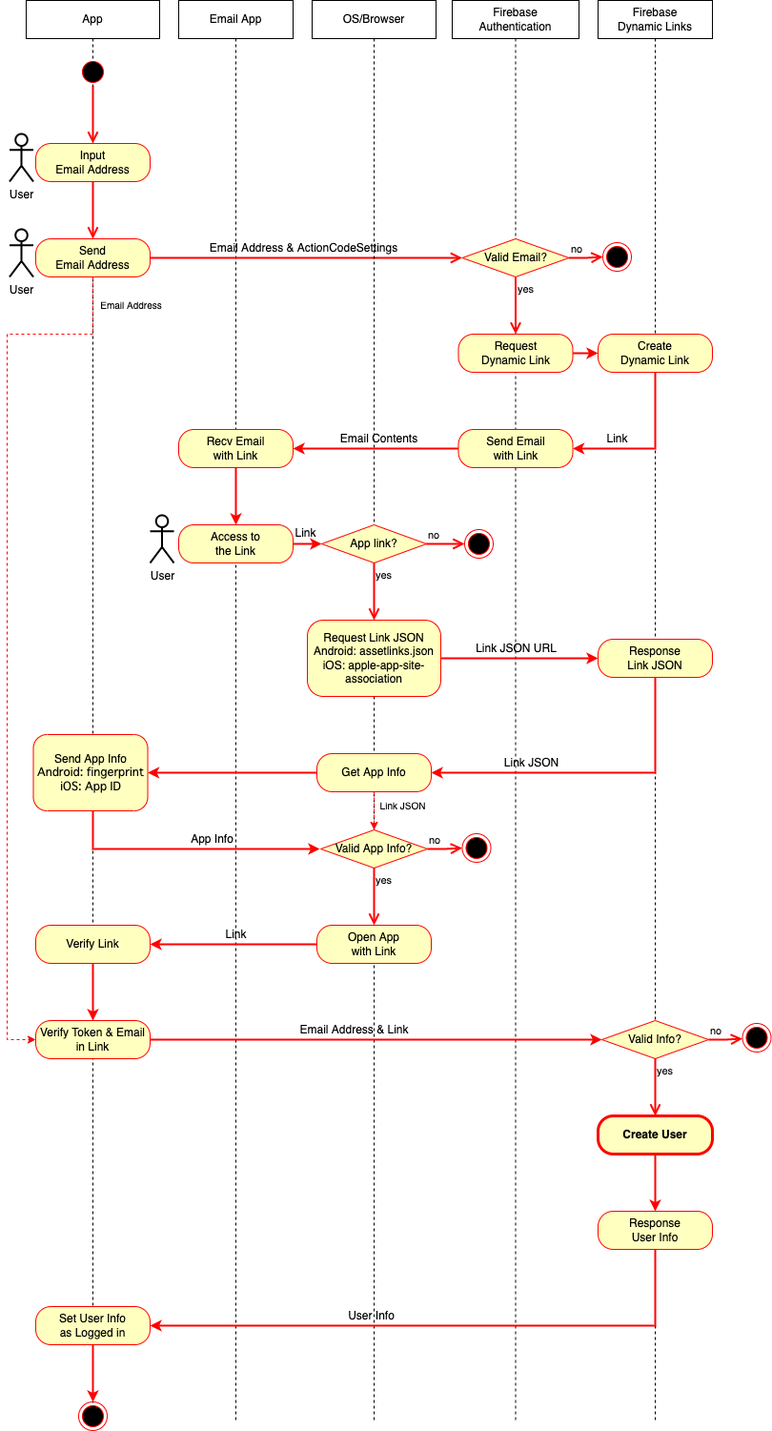
Before: maillink_entire_flow_image.png, a diagram exported from draw.io (sadahry/ff-maillink-login-example). Source tidied: cells renumbered, new cells last; positions are measured from the earlier drawing's top-left corner, leaving out a move shared by most shapes.
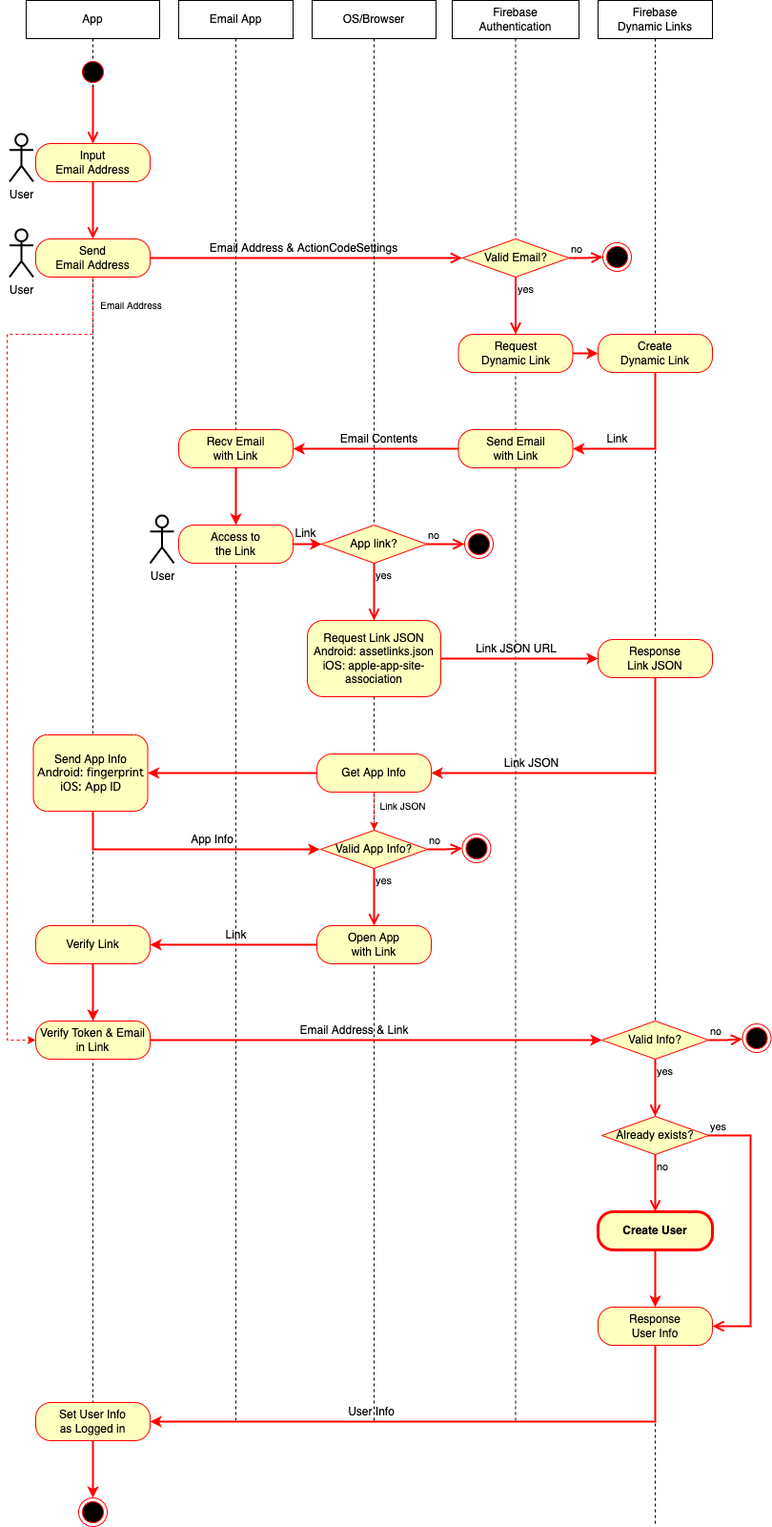
After the change.

Commit message:
update maillink_entire_flow_image

The edit, as a diff of the source:
```diff
@@ -102,7 +102,7 @@
       <mxGeometry x="48" y="790" width="70" height="20" as="geometry" />
     </mxCell>
     <mxCell id="31" value="Firebase&lt;br&gt;Dynamic Links" style="shape=umlLifeline;perimeter=lifelinePerimeter;whiteSpace=wrap;html=1;" parent="1" vertex="1">
-      <mxGeometry x="620" width="120" height="1490" as="geometry" />
+      <mxGeometry x="620" width="120" height="1600" as="geometry" />
     </mxCell>
     <mxCell id="32" value="Create&lt;br&gt;Dynamic Link" style="rounded=1;whiteSpace=wrap;html=1;arcSize=40;fontColor=#000000;fillColor=#ffffc0;strokeColor=#ff0000;" parent="31" vertex="1">
       <mxGeometry y="350" width="120" height="40" as="geometry" />
@@ -123,18 +123,47 @@
         <mxPoint x="60" y="1170" as="targetPoint" />
       </mxGeometry>
     </mxCell>
-    <mxCell id="37" style="edgeStyle=orthogonalEdgeStyle;rounded=0;jettySize=auto;html=1;exitX=0.5;exitY=1;exitDx=0;exitDy=0;entryX=0.5;entryY=0;entryDx=0;entryDy=0;strokeColor=#FF0000;strokeWidth=2;" parent="31" edge="1" source="38" target="39">
-      <mxGeometry relative="1" as="geometry" />
-    </mxCell>
-    <mxCell id="38" value="&lt;pre class=&quot;none&quot; translate=&quot;no&quot; dir=&quot;ltr&quot; style=&quot;box-sizing: inherit ; margin-top: 0px ; margin-bottom: 0px ; overflow-x: auto ; position: relative ; direction: ltr&quot;&gt;&lt;font face=&quot;helvetica&quot;&gt;&lt;span style=&quot;white-space: normal&quot;&gt;&lt;b&gt;Create User&lt;/b&gt;&lt;/span&gt;&lt;/font&gt;&lt;/pre&gt;" style="rounded=1;whiteSpace=wrap;html=1;arcSize=40;fontColor=#000000;fillColor=#ffffc0;strokeColor=#ff0000;align=center;strokeWidth=3;" parent="31" vertex="1">
-      <mxGeometry y="1170" width="120" height="40" as="geometry" />
-    </mxCell>
+    <mxCell id="40" value="Link" style="text;html=1;align=center;verticalAlign=middle;strokeColor=none;fillColor=none;" parent="31" vertex="1">
+      <mxGeometry y="450" width="40" height="20" as="geometry" />
+    </mxCell>
+    <mxCell id="77" style="ellipse;html=1;shape=endState;fillColor=#000000;strokeColor=#ff0000;align=center;" parent="31" vertex="1">
+      <mxGeometry x="-545" y="1570" width="30" height="30" as="geometry" />
+    </mxCell>
     <mxCell id="39" value="Response&lt;br&gt;User Info" style="rounded=1;whiteSpace=wrap;html=1;arcSize=40;fontColor=#000000;fillColor=#ffffc0;strokeColor=#ff0000;" parent="31" vertex="1">
-      <mxGeometry y="1270" width="120" height="40" as="geometry" />
+      <mxGeometry y="1370" width="120" height="40" as="geometry" />
     </mxCell>
-    <mxCell id="40" value="Link" style="text;html=1;align=center;verticalAlign=middle;strokeColor=none;fillColor=none;" parent="31" vertex="1">
-      <mxGeometry y="450" width="40" height="20" as="geometry" />
-    </mxCell>
+    <mxCell id="59" value="User Info" style="text;html=1;align=center;verticalAlign=middle;strokeColor=none;fillColor=none;" parent="31" vertex="1">
+      <mxGeometry x="-268" y="1470" width="60" height="20" as="geometry" />
+    </mxCell>
+    <mxCell id="78" style="edgeStyle=orthogonalEdgeStyle;rounded=0;jettySize=auto;html=1;strokeColor=#FF0000;strokeWidth=2;" parent="31" edge="1" source="72" target="77">
+      <mxGeometry relative="1" as="geometry" />
+    </mxCell>
+    <mxCell id="72" value="Set User Info&lt;br&gt;as Logged in" style="rounded=1;whiteSpace=wrap;html=1;arcSize=40;fontColor=#000000;fillColor=#ffffc0;strokeColor=#ff0000;" parent="31" vertex="1">
+      <mxGeometry x="-590" y="1470" width="120" height="40" as="geometry" />
+    </mxCell>
+    <mxCell id="73" style="edgeStyle=orthogonalEdgeStyle;rounded=0;jettySize=auto;html=1;entryX=1;entryY=0.5;entryDx=0;entryDy=0;strokeColor=#FF0000;strokeWidth=2;" parent="31" edge="1" source="39" target="72">
+      <mxGeometry relative="1" as="geometry">
+        <Array as="points">
+          <mxPoint x="60" y="1490" />
+        </Array>
+      </mxGeometry>
+    </mxCell>
+    <mxCell id="79" value="Already exists?" style="rhombus;whiteSpace=wrap;html=1;fillColor=#ffffc0;strokeColor=#ff0000;" parent="31" vertex="1">
+      <mxGeometry x="4" y="1170" width="112" height="40" as="geometry" />
+    </mxCell>
+    <mxCell id="80" value="yes" style="edgeStyle=orthogonalEdgeStyle;html=1;align=left;verticalAlign=bottom;endArrow=open;endSize=8;strokeColor=#ff0000;rounded=0;strokeWidth=2;entryX=1;entryY=0.5;entryDx=0;entryDy=0;" parent="31" edge="1" source="79" target="39">
+      <mxGeometry x="-1" relative="1" as="geometry">
+        <Array as="points">
+          <mxPoint x="160" y="1190" />
+          <mxPoint x="160" y="1390" />
+        </Array>
+      </mxGeometry>
+    </mxCell>
+    <mxCell id="81" value="no" style="edgeStyle=orthogonalEdgeStyle;html=1;align=left;verticalAlign=top;endArrow=open;endSize=8;strokeColor=#ff0000;rounded=0;strokeWidth=2;entryX=0.5;entryY=0;entryDx=0;entryDy=0;" parent="31" edge="1" source="79">
+      <mxGeometry x="-1" relative="1" as="geometry">
+        <mxPoint x="60" y="1270" as="targetPoint" />
+      </mxGeometry>
+    </mxCell>
     <mxCell id="41" style="edgeStyle=orthogonalEdgeStyle;html=1;verticalAlign=bottom;endArrow=open;endSize=8;strokeColor=#FF0000;rounded=0;strokeWidth=2;entryX=0;entryY=0.5;entryDx=0;entryDy=0;" parent="1" edge="1" source="8" target="26">
       <mxGeometry relative="1" as="geometry" />
     </mxCell>
@@ -195,9 +224,6 @@
     <mxCell id="58" value="&lt;span style=&quot;font-size: 0px ; font-family: monospace ; color: rgba(0 , 0 , 0 , 0)&quot;&gt;%3CmxGraphModel%3E%3Croot%3E%3CmxCell%20id%3D%220%22%2F%3E%3CmxCell%20id%3D%221%22%20parent%3D%220%22%2F%3E%3CmxCell%20id%3D%222%22%20value%3D%22Link%22%20style%3D%22text%3Bhtml%3D1%3Balign%3Dcenter%3BverticalAlign%3Dmiddle%3Bresizable%3D0%3Bpoints%3D%5B%5D%3Bautosize%3D1%3BstrokeColor%3Dnone%3BfillColor%3Dnone%3B%22%20vertex%3D%221%22%20parent%3D%221%22%3E%3CmxGeometry%20x%3D%22340%22%20y%3D%221040%22%20width%3D%2240%22%20height%3D%2220%22%20as%3D%22geometry%22%2F%3E%3C%2FmxCell%3E%3C%2Froot%3E%3C%2FmxGraphModel%aaa3Ea&lt;/span&gt;Email Address &amp;amp; Link" style="text;html=1;align=center;verticalAlign=middle;strokeColor=none;fillColor=none;" parent="47" vertex="1">
       <mxGeometry x="-21" y="1070" width="130" height="20" as="geometry" />
     </mxCell>
-    <mxCell id="59" value="User Info" style="text;html=1;align=center;verticalAlign=middle;strokeColor=none;fillColor=none;" parent="47" vertex="1">
-      <mxGeometry x="32" y="1370" width="60" height="20" as="geometry" />
-    </mxCell>
     <mxCell id="60" value="&lt;font style=&quot;font-size: 10px&quot;&gt;Link JSON&lt;/font&gt;" style="text;html=1;align=center;verticalAlign=middle;strokeColor=none;fillColor=none;" parent="47" vertex="1">
       <mxGeometry x="65" y="835" width="60" height="20" as="geometry" />
     </mxCell>
@@ -240,19 +266,6 @@
     <mxCell id="70" style="edgeStyle=orthogonalEdgeStyle;rounded=0;jettySize=auto;html=1;entryX=0;entryY=0.5;entryDx=0;entryDy=0;strokeColor=#FF0000;strokeWidth=2;" parent="1" edge="1" source="12" target="34">
       <mxGeometry relative="1" as="geometry" />
     </mxCell>
-    <mxCell id="71" style="edgeStyle=orthogonalEdgeStyle;rounded=0;jettySize=auto;html=1;strokeColor=#FF0000;strokeWidth=2;" parent="1" edge="1" source="72" target="13">
-      <mxGeometry relative="1" as="geometry" />
-    </mxCell>
-    <mxCell id="72" value="Set User Info&lt;br&gt;as Logged in" style="rounded=1;whiteSpace=wrap;html=1;arcSize=40;fontColor=#000000;fillColor=#ffffc0;strokeColor=#ff0000;" parent="1" vertex="1">
-      <mxGeometry x="30" y="1370" width="120" height="40" as="geometry" />
-    </mxCell>
-    <mxCell id="73" style="edgeStyle=orthogonalEdgeStyle;rounded=0;jettySize=auto;html=1;entryX=1;entryY=0.5;entryDx=0;entryDy=0;strokeColor=#FF0000;strokeWidth=2;" parent="1" edge="1" source="39" target="72">
-      <mxGeometry relative="1" as="geometry">
-        <Array as="points">
-          <mxPoint x="680" y="1390" />
-        </Array>
-      </mxGeometry>
-    </mxCell>
     <mxCell id="74" value="no" style="edgeStyle=orthogonalEdgeStyle;html=1;align=left;verticalAlign=bottom;endArrow=open;endSize=8;strokeColor=#ff0000;rounded=0;strokeWidth=2;entryX=0;entryY=0.5;entryDx=0;entryDy=0;" parent="1" edge="1" source="48" target="24">
       <mxGeometry x="-1" relative="1" as="geometry" />
     </mxCell>
@@ -262,5 +275,13 @@
     <mxCell id="76" value="yes" style="edgeStyle=orthogonalEdgeStyle;html=1;align=left;verticalAlign=top;endArrow=open;endSize=8;strokeColor=#ff0000;rounded=0;strokeWidth=2;entryX=0.5;entryY=0;entryDx=0;entryDy=0;" parent="1" edge="1" source="54" target="67">
       <mxGeometry x="-1" relative="1" as="geometry" />
     </mxCell>
+    <mxCell id="38" value="&lt;pre class=&quot;none&quot; translate=&quot;no&quot; dir=&quot;ltr&quot; style=&quot;box-sizing: inherit ; margin-top: 0px ; margin-bottom: 0px ; overflow-x: auto ; position: relative ; direction: ltr&quot;&gt;&lt;font face=&quot;helvetica&quot;&gt;&lt;span style=&quot;white-space: normal&quot;&gt;&lt;b&gt;Create User&lt;/b&gt;&lt;/span&gt;&lt;/font&gt;&lt;/pre&gt;" style="rounded=1;whiteSpace=wrap;html=1;arcSize=40;fontColor=#000000;fillColor=#ffffc0;strokeColor=#ff0000;align=center;strokeWidth=3;" parent="1" vertex="1">
+      <mxGeometry x="620" y="1270" width="120" height="40" as="geometry" />
+    </mxCell>
+    <mxCell id="82" style="edgeStyle=orthogonalEdgeStyle;rounded=0;jettySize=auto;html=1;exitX=0.5;exitY=1;exitDx=0;exitDy=0;entryX=0.5;entryY=0;entryDx=0;entryDy=0;strokeColor=#FF0000;strokeWidth=2;" parent="1" edge="1" source="38">
+      <mxGeometry relative="1" as="geometry">
+        <mxPoint x="680" y="1370" as="targetPoint" />
+      </mxGeometry>
+    </mxCell>
   </root>
 </mxGraphModel>
```
